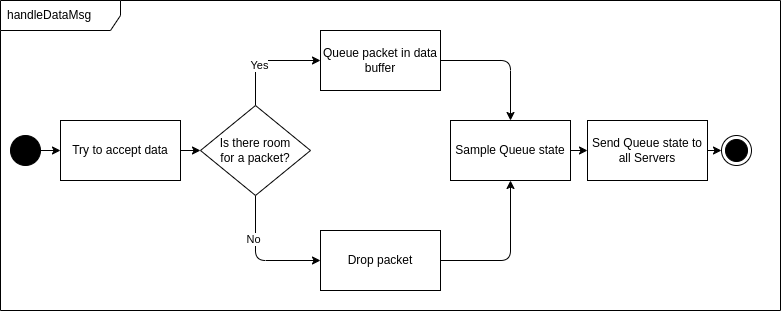
retarded-reward/collaborative-learning keeps this draw.io diagram as docs/figs/queue_handleDataMsg_activity_diagram.drawio.png. Above is the earlier version. Source tidied: cells renumbered, new cells last; positions are measured from the earlier drawing's top-left corner, leaving out a move shared by most shapes. The source it was exported from:
```xml
<mxGraphModel>
  <root>
    <mxCell id="0" />
    <mxCell id="1" parent="0" />
    <mxCell id="2" value="handleDataMsg" style="shape=umlFrame;whiteSpace=wrap;html=1;width=120;height=30;boundedLbl=1;verticalAlign=middle;align=left;spacingLeft=5;" parent="1" vertex="1">
      <mxGeometry width="780" height="310" as="geometry" />
    </mxCell>
    <mxCell id="3" style="edgeStyle=none;html=1;" parent="1" edge="1" source="4" target="7">
      <mxGeometry relative="1" as="geometry" />
    </mxCell>
    <mxCell id="4" style="ellipse;fillColor=strokeColor;" parent="1" vertex="1">
      <mxGeometry x="10" y="135" width="30" height="30" as="geometry" />
    </mxCell>
    <mxCell id="5" style="ellipse;html=1;shape=endState;fillColor=strokeColor;" parent="1" vertex="1">
      <mxGeometry x="721" y="135" width="30" height="30" as="geometry" />
    </mxCell>
    <mxCell id="6" style="edgeStyle=none;html=1;" parent="1" edge="1" source="7" target="12">
      <mxGeometry relative="1" as="geometry" />
    </mxCell>
    <mxCell id="7" value="Try to accept data" style="rounded=0;whiteSpace=wrap;html=1;" parent="1" vertex="1">
      <mxGeometry x="60" y="120" width="120" height="60" as="geometry" />
    </mxCell>
    <mxCell id="8" style="edgeStyle=orthogonalEdgeStyle;html=1;" parent="1" edge="1" source="12" target="14">
      <mxGeometry relative="1" as="geometry">
        <Array as="points">
          <mxPoint x="255" y="60" />
        </Array>
      </mxGeometry>
    </mxCell>
    <mxCell id="9" value="Yes" style="edgeLabel;html=1;align=center;verticalAlign=middle;" parent="8" vertex="1">
      <mxGeometry x="-0.25" y="-3" relative="1" as="geometry" />
    </mxCell>
    <mxCell id="10" style="edgeStyle=orthogonalEdgeStyle;html=1;" parent="1" edge="1" source="12" target="16">
      <mxGeometry relative="1" as="geometry">
        <Array as="points">
          <mxPoint x="255" y="260" />
        </Array>
      </mxGeometry>
    </mxCell>
    <mxCell id="11" value="No" style="edgeLabel;html=1;align=center;verticalAlign=middle;" parent="10" vertex="1">
      <mxGeometry x="-0.34" y="-3" relative="1" as="geometry" />
    </mxCell>
    <mxCell id="12" value="Is there room &lt;br&gt;for a packet?" style="rhombus;whiteSpace=wrap;html=1;" parent="1" vertex="1">
      <mxGeometry x="200" y="105" width="110" height="90" as="geometry" />
    </mxCell>
    <mxCell id="13" style="edgeStyle=orthogonalEdgeStyle;html=1;" parent="1" edge="1" source="14" target="18">
      <mxGeometry relative="1" as="geometry" />
    </mxCell>
    <mxCell id="14" value="Queue packet in data buffer" style="rounded=0;whiteSpace=wrap;html=1;" parent="1" vertex="1">
      <mxGeometry x="320" y="30" width="120" height="60" as="geometry" />
    </mxCell>
    <mxCell id="15" style="edgeStyle=orthogonalEdgeStyle;html=1;" parent="1" edge="1" source="16" target="18">
      <mxGeometry relative="1" as="geometry" />
    </mxCell>
    <mxCell id="16" value="Drop packet" style="rounded=0;whiteSpace=wrap;html=1;" parent="1" vertex="1">
      <mxGeometry x="320" y="230" width="120" height="60" as="geometry" />
    </mxCell>
    <mxCell id="17" style="edgeStyle=none;html=1;" parent="1" edge="1" source="18" target="20">
      <mxGeometry relative="1" as="geometry" />
    </mxCell>
    <mxCell id="18" value="Sample Queue state" style="rounded=0;whiteSpace=wrap;html=1;" parent="1" vertex="1">
      <mxGeometry x="450" y="120" width="120" height="60" as="geometry" />
    </mxCell>
    <mxCell id="19" style="edgeStyle=none;html=1;" parent="1" edge="1" source="20" target="5">
      <mxGeometry relative="1" as="geometry" />
    </mxCell>
    <mxCell id="20" value="Send Queue state to all Servers" style="rounded=0;whiteSpace=wrap;html=1;" parent="1" vertex="1">
      <mxGeometry x="587" y="120" width="120" height="60" as="geometry" />
    </mxCell>
  </root>
</mxGraphModel>
```
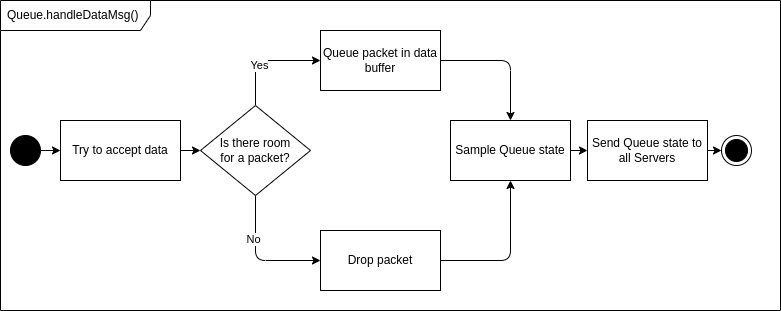
After the commit.

Commit message:
added more diagrams to docs and improved existing ones

The edit, as a diff of the source:
```diff
@@ -2,7 +2,7 @@
   <root>
     <mxCell id="0" />
     <mxCell id="1" parent="0" />
-    <mxCell id="2" value="handleDataMsg" style="shape=umlFrame;whiteSpace=wrap;html=1;width=120;height=30;boundedLbl=1;verticalAlign=middle;align=left;spacingLeft=5;" parent="1" vertex="1">
+    <mxCell id="2" value="Queue.handleDataMsg()" style="shape=umlFrame;whiteSpace=wrap;html=1;width=150;height=30;boundedLbl=1;verticalAlign=middle;align=left;spacingLeft=5;" parent="1" vertex="1">
       <mxGeometry width="780" height="310" as="geometry" />
     </mxCell>
     <mxCell id="3" style="edgeStyle=none;html=1;" parent="1" edge="1" source="4" target="7">
```
